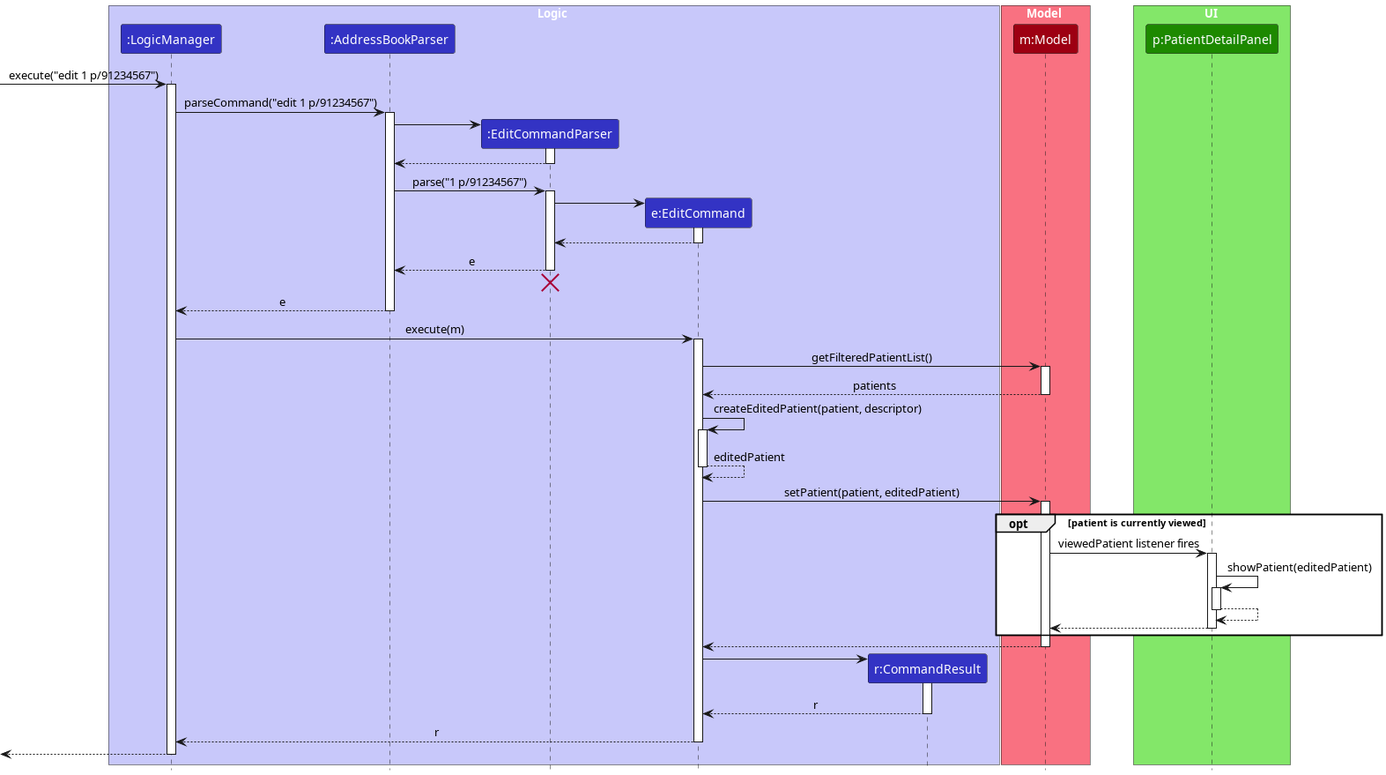
This is docs/diagrams/EditSequenceDiagram.png from AY2627S1-CS2103T-W08-1/tp, a PlantUML export, as it was before one commit.
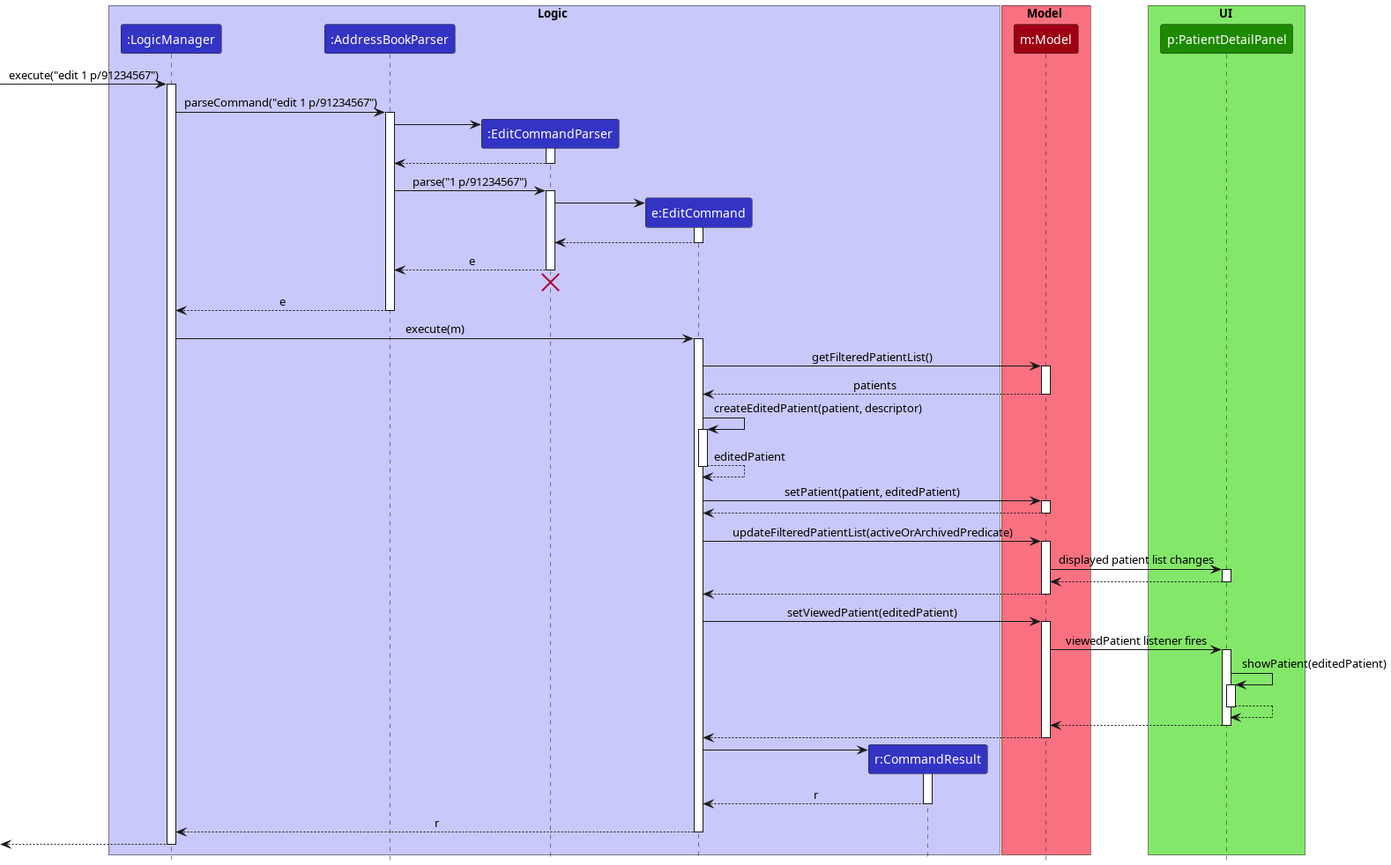
After the commit.

Commit message:
Document the edit list reset

Diff of the diagram source:
```diff
@@ -66,21 +66,28 @@
 
 EditCommand -> Model : setPatient(patient, editedPatient)
 activate Model
+Model --> EditCommand
+deactivate Model
 
-opt patient is currently viewed
+EditCommand -> Model : updateFilteredPatientList(activeOrArchivedPredicate)
+activate Model
+Model -> PatientDetailPanel : displayed patient list changes
+activate PatientDetailPanel
+PatientDetailPanel --> Model
+deactivate PatientDetailPanel
+Model --> EditCommand
+deactivate Model
+
+EditCommand -> Model : setViewedPatient(editedPatient)
+activate Model
 Model -> PatientDetailPanel : viewedPatient listener fires
 activate PatientDetailPanel
-
 PatientDetailPanel -> PatientDetailPanel : showPatient(editedPatient)
 activate PatientDetailPanel
-
 PatientDetailPanel --> PatientDetailPanel
 deactivate PatientDetailPanel
-
 PatientDetailPanel --> Model
 deactivate PatientDetailPanel
-end
-
 Model --> EditCommand
 deactivate Model
 
```
